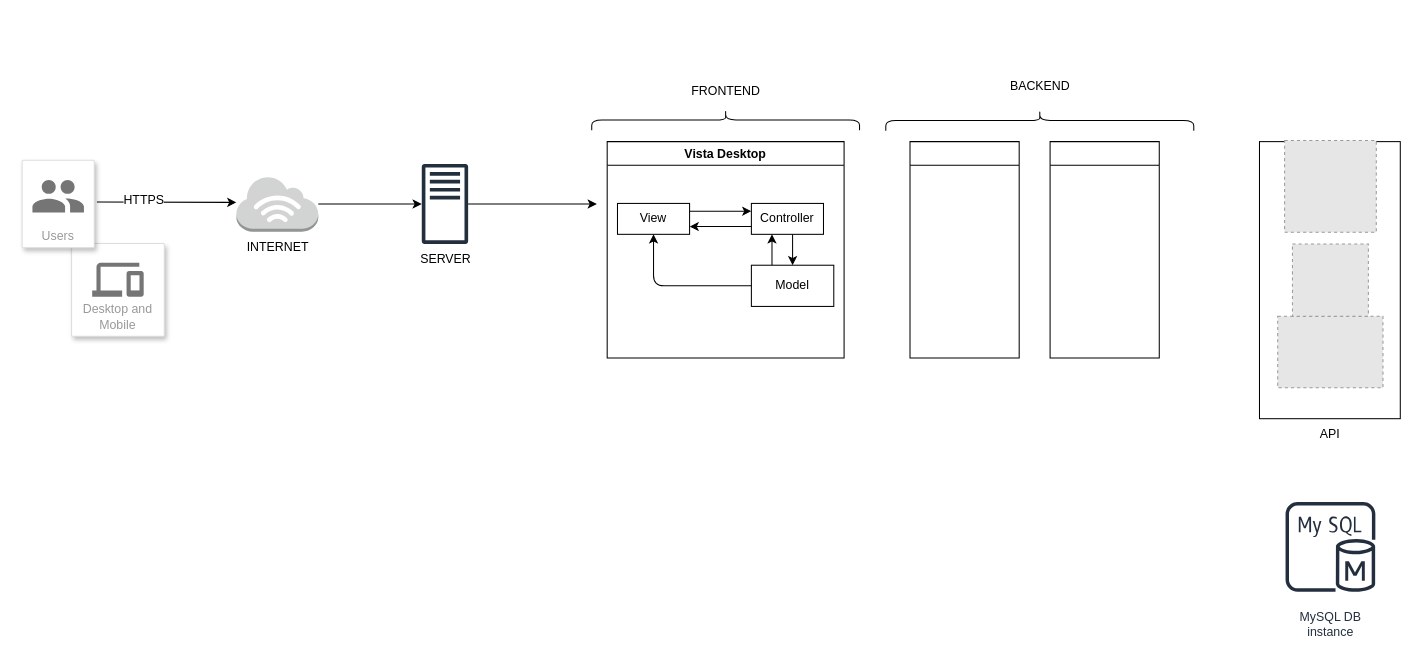
The draw.io diagram page "arquitectura" (1 of 2) of arquitectura.drawio in pr1mus-h4ck/diagramas, before the edit. Source tidied: cells renumbered, new cells numbered last; positions are measured from the earlier drawing's top-left corner, leaving out a move shared by most shapes. Both pictures are drawn from the tidied source at 103%, with x=0, y=0 at pixel (22, -34). Pictures stored in the file or linked from it are replaced by grey dashed boxes.
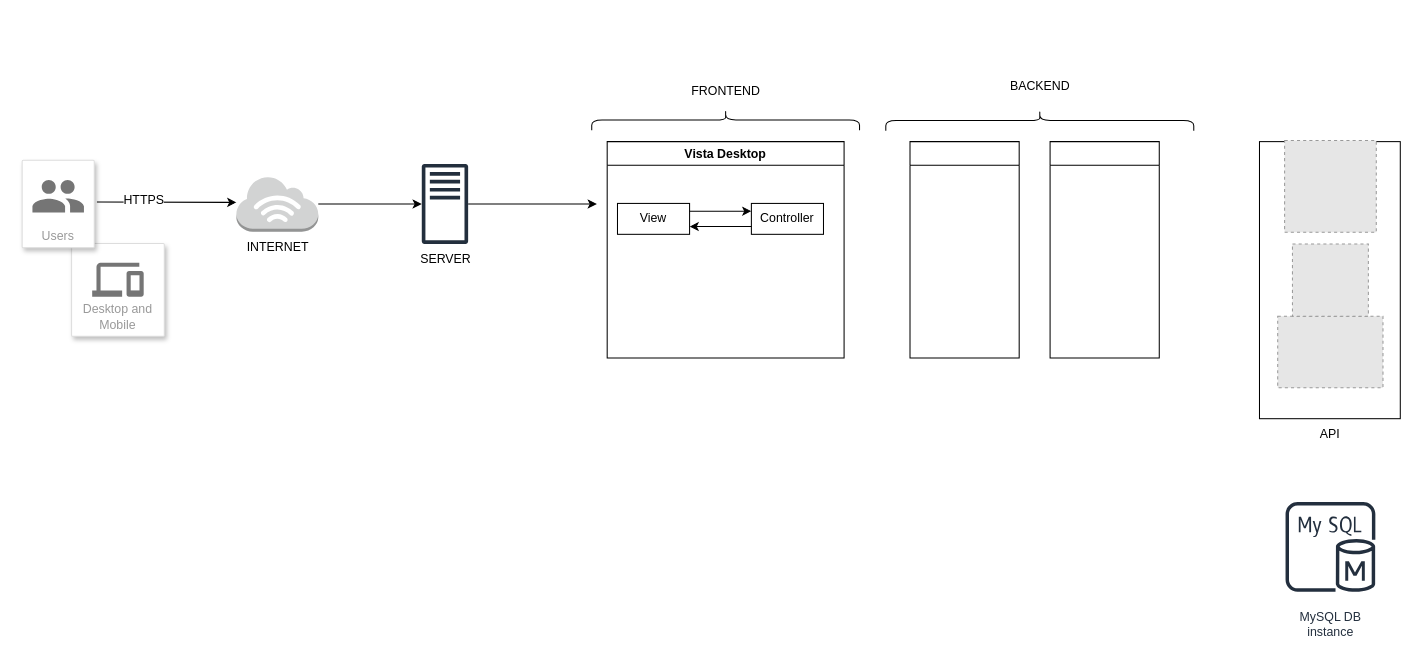
The same page after the edit.

Unchanged cells that the change refers to:
```xml
<mxCell id="10" value="Vista Desktop" style="swimlane;whiteSpace=wrap;html=1;" parent="1" vertex="1">
  <mxGeometry x="568" y="170" width="230" height="210" as="geometry" />
</mxCell>
<mxCell id="11" value="View" style="rounded=0;whiteSpace=wrap;html=1;" parent="10" vertex="1">
  <mxGeometry x="10" y="60" width="70" height="30" as="geometry" />
</mxCell>
```

Diff of the diagram source:
```diff
@@
-    <mxCell id="12" style="edgeStyle=none;html=1;" parent="10" edge="1" target="14">
-      <mxGeometry relative="1" as="geometry">
-        <mxPoint x="180" y="90" as="sourcePoint" />
-      </mxGeometry>
-    </mxCell>
@@
-    <mxCell id="14" value="Model" style="rounded=0;whiteSpace=wrap;html=1;" parent="10" vertex="1">
-      <mxGeometry x="140" y="120" width="80" height="40" as="geometry" />
-    </mxCell>
-    <mxCell id="15" style="endArrow=classic;html=1;entryX=0.5;entryY=1;entryDx=0;entryDy=0;exitX=0;exitY=0.5;exitDx=0;exitDy=0;" parent="10" edge="1" source="14" target="11">
-      <mxGeometry relative="1" as="geometry">
-        <Array as="points">
-          <mxPoint x="45" y="140" />
-        </Array>
-      </mxGeometry>
-    </mxCell>
@@
-    <mxCell id="18" style="endArrow=classic;html=1;exitX=0.25;exitY=0;exitDx=0;exitDy=0;" parent="10" edge="1" source="14">
-      <mxGeometry relative="1" as="geometry">
-        <mxPoint x="160" y="90" as="targetPoint" />
-      </mxGeometry>
-    </mxCell>
```
